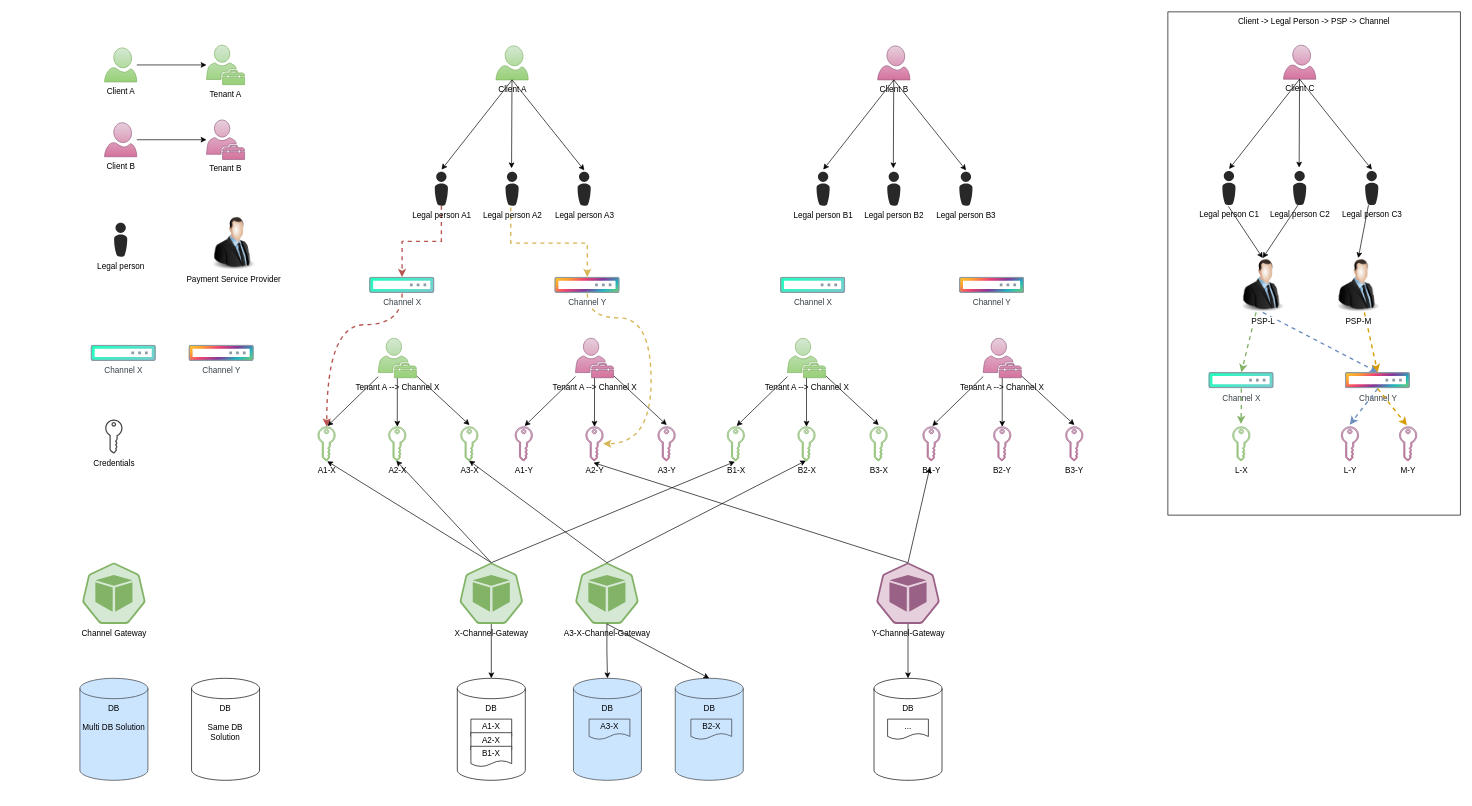
Earlier version of the draw.io diagram Fourth Payment.drawio (catface996/images). Source tidied: cells renumbered, new cells numbered last; positions are measured from the earlier drawing's top-left corner, leaving out a move shared by most shapes. Both pictures are drawn from the tidied source at 68%, with x=0, y=0 at pixel (49, 12).
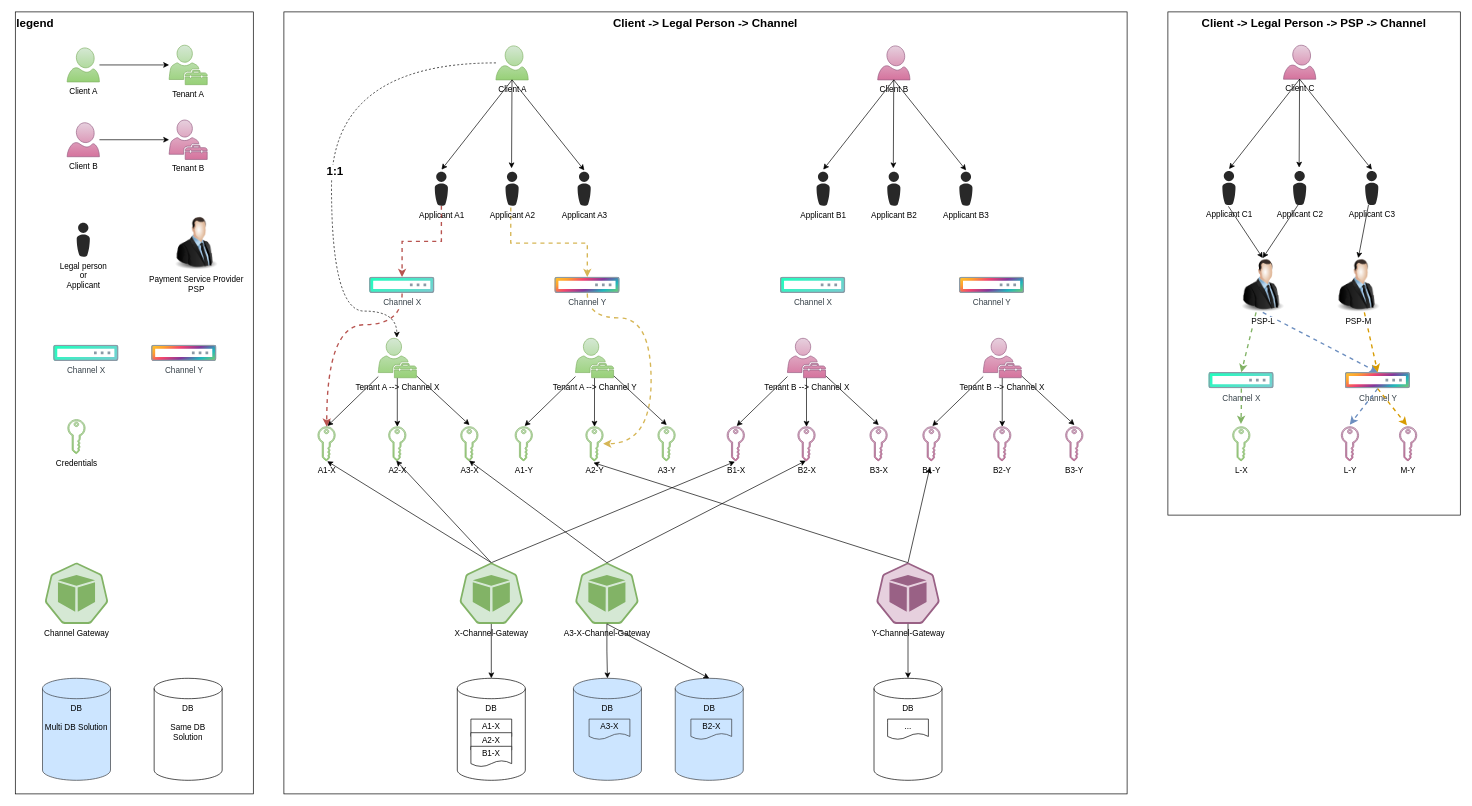
The same page after the edit.

Unchanged cells that the change refers to:
```xml
<mxCell id="3" value="Client A" style="verticalLabelPosition=bottom;html=1;verticalAlign=top;align=center;strokeColor=#82b366;fillColor=#d5e8d4;shape=mxgraph.azure.user;gradientColor=#97d077;" parent="1" vertex="1">
  <mxGeometry x="656.8" y="50" width="47.5" height="50" as="geometry" />
</mxCell>
<mxCell id="21" value="Tenant A --&amp;gt; Channel X" style="sketch=0;shadow=0;dashed=0;html=1;strokeColor=#82b366;fillColor=#d5e8d4;labelPosition=center;verticalLabelPosition=bottom;verticalAlign=top;outlineConnect=0;align=center;shape=mxgraph.office.users.tenant_admin;gradientColor=#97d077;" parent="1" vertex="1">
  <mxGeometry x="483.8" y="480" width="56" height="58" as="geometry" />
</mxCell>
```

What changed in the source:
```diff
@@
+    <mxCell id="114" value="&lt;b style=&quot;font-size: 17px;&quot;&gt;Client -&amp;gt; Legal Person -&amp;gt; Channel&lt;/b&gt;" style="rounded=0;whiteSpace=wrap;html=1;verticalAlign=top;fontSize=17;" parent="1" vertex="1">
+      <mxGeometry x="345" width="1240" height="1150" as="geometry" />
+    </mxCell>
+    <mxCell id="115" value="legend" style="rounded=0;whiteSpace=wrap;html=1;verticalAlign=top;align=left;fontStyle=1;fontSize=17;" parent="1" vertex="1">
+      <mxGeometry x="-50" width="350" height="1150" as="geometry" />
+    </mxCell>
-    <mxCell id="2" value="Client -&amp;gt; Legal Person -&amp;gt; PSP -&amp;gt; Channel" style="rounded=0;whiteSpace=wrap;html=1;verticalAlign=top;" parent="1" vertex="1">
+    <mxCell id="2" value="Client -&amp;gt; Legal Person -&amp;gt; PSP -&amp;gt; Channel" style="rounded=0;whiteSpace=wrap;html=1;verticalAlign=top;fontStyle=1;fontSize=17;" parent="1" vertex="1">
       <mxGeometry x="1645" width="430" height="740" as="geometry" />
     </mxCell>
@@
-    <mxCell id="5" value="Legal person A1" style="verticalLabelPosition=bottom;sketch=0;html=1;fillColor=#282828;strokeColor=none;verticalAlign=top;align=center;shape=mxgraph.cisco_safe.people_places_things_icons.icon8;" parent="1" vertex="1">
+    <mxCell id="5" value="Applicant A1" style="verticalLabelPosition=bottom;sketch=0;html=1;fillColor=#282828;strokeColor=none;verticalAlign=top;align=center;shape=mxgraph.cisco_safe.people_places_things_icons.icon8;" parent="1" vertex="1">
       <mxGeometry x="566.8" y="235" width="19.5" height="50" as="geometry" />
     </mxCell>
@@
-    <mxCell id="8" value="Legal person A2" style="verticalLabelPosition=bottom;sketch=0;html=1;fillColor=#282828;strokeColor=none;verticalAlign=top;align=center;shape=mxgraph.cisco_safe.people_places_things_icons.icon8;" parent="1" vertex="1">
+    <mxCell id="8" value="Applicant A2" style="verticalLabelPosition=bottom;sketch=0;html=1;fillColor=#282828;strokeColor=none;verticalAlign=top;align=center;shape=mxgraph.cisco_safe.people_places_things_icons.icon8;" parent="1" vertex="1">
       <mxGeometry x="670.8" y="235" width="19.5" height="50" as="geometry" />
     </mxCell>
-    <mxCell id="9" value="Legal person A3" style="verticalLabelPosition=bottom;sketch=0;html=1;fillColor=#282828;strokeColor=none;verticalAlign=top;align=center;shape=mxgraph.cisco_safe.people_places_things_icons.icon8;" parent="1" vertex="1">
+    <mxCell id="9" value="Applicant A3" style="verticalLabelPosition=bottom;sketch=0;html=1;fillColor=#282828;strokeColor=none;verticalAlign=top;align=center;shape=mxgraph.cisco_safe.people_places_things_icons.icon8;" parent="1" vertex="1">
       <mxGeometry x="776.8" y="235" width="19.5" height="50" as="geometry" />
     </mxCell>
@@
-    <mxCell id="13" value="Legal person B1" style="verticalLabelPosition=bottom;sketch=0;html=1;fillColor=#282828;strokeColor=none;verticalAlign=top;align=center;shape=mxgraph.cisco_safe.people_places_things_icons.icon8;" parent="1" vertex="1">
+    <mxCell id="13" value="Applicant B1" style="verticalLabelPosition=bottom;sketch=0;html=1;fillColor=#282828;strokeColor=none;verticalAlign=top;align=center;shape=mxgraph.cisco_safe.people_places_things_icons.icon8;" parent="1" vertex="1">
       <mxGeometry x="1128.2" y="235" width="19.5" height="50" as="geometry" />
     </mxCell>
@@
-    <mxCell id="15" value="Legal person B2" style="verticalLabelPosition=bottom;sketch=0;html=1;fillColor=#282828;strokeColor=none;verticalAlign=top;align=center;shape=mxgraph.cisco_safe.people_places_things_icons.icon8;" parent="1" vertex="1">
+    <mxCell id="15" value="Applicant B2" style="verticalLabelPosition=bottom;sketch=0;html=1;fillColor=#282828;strokeColor=none;verticalAlign=top;align=center;shape=mxgraph.cisco_safe.people_places_things_icons.icon8;" parent="1" vertex="1">
       <mxGeometry x="1232.2" y="235" width="19.5" height="50" as="geometry" />
     </mxCell>
-    <mxCell id="16" value="Legal person B3" style="verticalLabelPosition=bottom;sketch=0;html=1;fillColor=#282828;strokeColor=none;verticalAlign=top;align=center;shape=mxgraph.cisco_safe.people_places_things_icons.icon8;" parent="1" vertex="1">
+    <mxCell id="16" value="Applicant B3" style="verticalLabelPosition=bottom;sketch=0;html=1;fillColor=#282828;strokeColor=none;verticalAlign=top;align=center;shape=mxgraph.cisco_safe.people_places_things_icons.icon8;" parent="1" vertex="1">
       <mxGeometry x="1338.2" y="235" width="19.5" height="50" as="geometry" />
     </mxCell>
@@
     <mxCell id="33" value="Client A" style="verticalLabelPosition=bottom;html=1;verticalAlign=top;align=center;strokeColor=#82b366;fillColor=#d5e8d4;shape=mxgraph.azure.user;gradientColor=#97d077;" parent="1" vertex="1">
-      <mxGeometry x="81.2" y="53" width="47.5" height="50" as="geometry" />
+      <mxGeometry x="26.2" y="53" width="47.5" height="50" as="geometry" />
     </mxCell>
@@
     <mxCell id="35" value="Client B" style="verticalLabelPosition=bottom;html=1;verticalAlign=top;align=center;strokeColor=#996185;fillColor=#e6d0de;shape=mxgraph.azure.user;gradientColor=#d5739d;" parent="1" vertex="1">
-      <mxGeometry x="81.2" y="163" width="47.5" height="50" as="geometry" />
+      <mxGeometry x="26.2" y="163" width="47.5" height="50" as="geometry" />
     </mxCell>
     <mxCell id="36" value="Tenant A" style="sketch=0;shadow=0;dashed=0;html=1;strokeColor=#82b366;fillColor=#d5e8d4;labelPosition=center;verticalLabelPosition=bottom;verticalAlign=top;outlineConnect=0;align=center;shape=mxgraph.office.users.tenant_admin;gradientColor=#97d077;" parent="1" vertex="1">
-      <mxGeometry x="231.2" y="49" width="56" height="58" as="geometry" />
+      <mxGeometry x="176.2" y="49" width="56" height="58" as="geometry" />
     </mxCell>
     <mxCell id="37" value="Tenant B" style="sketch=0;shadow=0;dashed=0;html=1;strokeColor=#996185;fillColor=#e6d0de;labelPosition=center;verticalLabelPosition=bottom;verticalAlign=top;outlineConnect=0;align=center;shape=mxgraph.office.users.tenant_admin;gradientColor=#d5739d;" parent="1" vertex="1">
-      <mxGeometry x="231.2" y="159" width="56" height="58" as="geometry" />
+      <mxGeometry x="176.2" y="159" width="56" height="58" as="geometry" />
     </mxCell>
-    <mxCell id="38" value="Credentials" style="sketch=0;shadow=0;dashed=0;html=1;strokeColor=none;fillColor=#434445;labelPosition=center;verticalLabelPosition=bottom;verticalAlign=top;align=center;shape=mxgraph.vvd.tenant_key;" parent="1" vertex="1">
-      <mxGeometry x="82.2" y="599.5" width="25.5" height="50" as="geometry" />
+    <mxCell id="38" value="Credentials" style="sketch=0;shadow=0;dashed=0;html=1;strokeColor=#82b366;fillColor=#d5e8d4;labelPosition=center;verticalLabelPosition=bottom;verticalAlign=top;align=center;shape=mxgraph.vvd.tenant_key;gradientColor=#97d077;" parent="1" vertex="1">
+      <mxGeometry x="27.2" y="599.5" width="25.5" height="50" as="geometry" />
     </mxCell>
@@
-    <mxCell id="41" value="Tenant A --&amp;gt; Channel X" style="sketch=0;shadow=0;dashed=0;html=1;strokeColor=#996185;fillColor=#e6d0de;labelPosition=center;verticalLabelPosition=bottom;verticalAlign=top;outlineConnect=0;align=center;shape=mxgraph.office.users.tenant_admin;gradientColor=#d5739d;" parent="1" vertex="1">
+    <mxCell id="41" value="Tenant A --&amp;gt; Channel Y" style="sketch=0;shadow=0;dashed=0;html=1;strokeColor=#82b366;fillColor=#d5e8d4;labelPosition=center;verticalLabelPosition=bottom;verticalAlign=top;outlineConnect=0;align=center;shape=mxgraph.office.users.tenant_admin;gradientColor=#97d077;" parent="1" vertex="1">
       <mxGeometry x="773.8" y="480" width="56" height="58" as="geometry" />
     </mxCell>
-    <mxCell id="42" value="A1-Y" style="sketch=0;shadow=0;dashed=0;html=1;strokeColor=#996185;fillColor=#e6d0de;labelPosition=center;verticalLabelPosition=bottom;verticalAlign=top;align=center;outlineConnect=0;shape=mxgraph.vvd.tenant_key;gradientColor=#d5739d;" parent="1" vertex="1">
+    <mxCell id="42" value="A1-Y" style="sketch=0;shadow=0;dashed=0;html=1;strokeColor=#82b366;fillColor=#d5e8d4;labelPosition=center;verticalLabelPosition=bottom;verticalAlign=top;align=center;outlineConnect=0;shape=mxgraph.vvd.tenant_key;gradientColor=#97d077;" parent="1" vertex="1">
       <mxGeometry x="685" y="610" width="25.5" height="50" as="geometry" />
     </mxCell>
-    <mxCell id="43" value="A2-Y" style="sketch=0;shadow=0;dashed=0;html=1;strokeColor=#996185;fillColor=#e6d0de;labelPosition=center;verticalLabelPosition=bottom;verticalAlign=top;align=center;outlineConnect=0;shape=mxgraph.vvd.tenant_key;gradientColor=#d5739d;" parent="1" vertex="1">
+    <mxCell id="43" value="A2-Y" style="sketch=0;shadow=0;dashed=0;html=1;strokeColor=#82b366;fillColor=#d5e8d4;labelPosition=center;verticalLabelPosition=bottom;verticalAlign=top;align=center;outlineConnect=0;shape=mxgraph.vvd.tenant_key;gradientColor=#97d077;" parent="1" vertex="1">
       <mxGeometry x="789" y="610" width="25.5" height="50" as="geometry" />
     </mxCell>
-    <mxCell id="44" value="A3-Y" style="sketch=0;shadow=0;dashed=0;html=1;strokeColor=#996185;fillColor=#e6d0de;labelPosition=center;verticalLabelPosition=bottom;verticalAlign=top;align=center;outlineConnect=0;shape=mxgraph.vvd.tenant_key;gradientColor=#d5739d;" parent="1" vertex="1">
+    <mxCell id="44" value="A3-Y" style="sketch=0;shadow=0;dashed=0;html=1;strokeColor=#82b366;fillColor=#d5e8d4;labelPosition=center;verticalLabelPosition=bottom;verticalAlign=top;align=center;outlineConnect=0;shape=mxgraph.vvd.tenant_key;gradientColor=#97d077;" parent="1" vertex="1">
       <mxGeometry x="895" y="610" width="25.5" height="50" as="geometry" />
     </mxCell>
@@
-    <mxCell id="48" value="Tenant A --&amp;gt; Channel X" style="sketch=0;shadow=0;dashed=0;html=1;strokeColor=#82b366;fillColor=#d5e8d4;labelPosition=center;verticalLabelPosition=bottom;verticalAlign=top;outlineConnect=0;align=center;shape=mxgraph.office.users.tenant_admin;gradientColor=#97d077;" parent="1" vertex="1">
+    <mxCell id="48" value="Tenant B --&amp;gt; Channel X" style="sketch=0;shadow=0;dashed=0;html=1;strokeColor=#996185;fillColor=#e6d0de;labelPosition=center;verticalLabelPosition=bottom;verticalAlign=top;outlineConnect=0;align=center;shape=mxgraph.office.users.tenant_admin;gradientColor=#d5739d;" parent="1" vertex="1">
       <mxGeometry x="1085.5" y="480" width="56" height="58" as="geometry" />
     </mxCell>
-    <mxCell id="49" value="B1-X" style="sketch=0;shadow=0;dashed=0;html=1;strokeColor=#82b366;fillColor=#d5e8d4;labelPosition=center;verticalLabelPosition=bottom;verticalAlign=top;align=center;outlineConnect=0;shape=mxgraph.vvd.tenant_key;gradientColor=#97d077;" parent="1" vertex="1">
+    <mxCell id="49" value="B1-X" style="sketch=0;shadow=0;dashed=0;html=1;strokeColor=#996185;fillColor=#e6d0de;labelPosition=center;verticalLabelPosition=bottom;verticalAlign=top;align=center;outlineConnect=0;shape=mxgraph.vvd.tenant_key;gradientColor=#d5739d;" parent="1" vertex="1">
       <mxGeometry x="996.8" y="610" width="25.5" height="50" as="geometry" />
     </mxCell>
-    <mxCell id="50" value="B2-X" style="sketch=0;shadow=0;dashed=0;html=1;strokeColor=#82b366;fillColor=#d5e8d4;labelPosition=center;verticalLabelPosition=bottom;verticalAlign=top;align=center;outlineConnect=0;shape=mxgraph.vvd.tenant_key;gradientColor=#97d077;" parent="1" vertex="1">
+    <mxCell id="50" value="B2-X" style="sketch=0;shadow=0;dashed=0;html=1;strokeColor=#996185;fillColor=#e6d0de;labelPosition=center;verticalLabelPosition=bottom;verticalAlign=top;align=center;outlineConnect=0;shape=mxgraph.vvd.tenant_key;gradientColor=#d5739d;" parent="1" vertex="1">
       <mxGeometry x="1100.8" y="610" width="25.5" height="50" as="geometry" />
     </mxCell>
-    <mxCell id="51" value="B3-X" style="sketch=0;shadow=0;dashed=0;html=1;strokeColor=#82b366;fillColor=#d5e8d4;labelPosition=center;verticalLabelPosition=bottom;verticalAlign=top;align=center;outlineConnect=0;shape=mxgraph.vvd.tenant_key;gradientColor=#97d077;" parent="1" vertex="1">
+    <mxCell id="51" value="B3-X" style="sketch=0;shadow=0;dashed=0;html=1;strokeColor=#996185;fillColor=#e6d0de;labelPosition=center;verticalLabelPosition=bottom;verticalAlign=top;align=center;outlineConnect=0;shape=mxgraph.vvd.tenant_key;gradientColor=#d5739d;" parent="1" vertex="1">
       <mxGeometry x="1206.8" y="610" width="25.5" height="50" as="geometry" />
     </mxCell>
@@
-    <mxCell id="55" value="Tenant A --&amp;gt; Channel X" style="sketch=0;shadow=0;dashed=0;html=1;strokeColor=#996185;fillColor=#e6d0de;labelPosition=center;verticalLabelPosition=bottom;verticalAlign=top;outlineConnect=0;align=center;shape=mxgraph.office.users.tenant_admin;gradientColor=#d5739d;" parent="1" vertex="1">
+    <mxCell id="55" value="Tenant B --&amp;gt; Channel X" style="sketch=0;shadow=0;dashed=0;html=1;strokeColor=#996185;fillColor=#e6d0de;labelPosition=center;verticalLabelPosition=bottom;verticalAlign=top;outlineConnect=0;align=center;shape=mxgraph.office.users.tenant_admin;gradientColor=#d5739d;" parent="1" vertex="1">
       <mxGeometry x="1373.4" y="480" width="56" height="58" as="geometry" />
     </mxCell>
@@
     <mxCell id="83" value="DB&lt;br&gt;&lt;br&gt;Multi DB Solution" style="shape=cylinder3;whiteSpace=wrap;html=1;boundedLbl=1;backgroundOutline=1;size=15;verticalAlign=top;fillColor=#cce5ff;strokeColor=#36393d;" parent="1" vertex="1">
-      <mxGeometry x="45" y="980" width="100" height="150" as="geometry" />
+      <mxGeometry x="-10" y="980" width="100" height="150" as="geometry" />
     </mxCell>
     <mxCell id="84" value="DB&lt;br&gt;&lt;br&gt;Same DB Solution" style="shape=cylinder3;whiteSpace=wrap;html=1;boundedLbl=1;backgroundOutline=1;size=15;verticalAlign=top;" parent="1" vertex="1">
-      <mxGeometry x="209.2" y="980" width="100" height="150" as="geometry" />
+      <mxGeometry x="154.2" y="980" width="100" height="150" as="geometry" />
     </mxCell>
@@
     <mxCell id="86" value="Channel X" style="image;perimeter=ellipsePerimeter;html=1;align=center;fontSize=12;verticalAlign=top;fontColor=#364149;shadow=0;dashed=0;image=img/lib/cumulus/switch_out_of_band.svg;" parent="1" vertex="1">
-      <mxGeometry x="61.2" y="490" width="96" height="24" as="geometry" />
+      <mxGeometry x="6.2" y="490" width="96" height="24" as="geometry" />
     </mxCell>
     <mxCell id="87" value="Channel Y" style="image;perimeter=ellipsePerimeter;html=1;align=center;fontSize=12;verticalAlign=top;fontColor=#364149;shadow=0;dashed=0;image=img/lib/cumulus/switch_voyager.svg;" parent="1" vertex="1">
-      <mxGeometry x="205.2" y="490" width="96" height="24" as="geometry" />
+      <mxGeometry x="150.2" y="490" width="96" height="24" as="geometry" />
     </mxCell>
-    <mxCell id="88" value="Legal person" style="verticalLabelPosition=bottom;sketch=0;html=1;fillColor=#282828;strokeColor=none;verticalAlign=top;align=center;shape=mxgraph.cisco_safe.people_places_things_icons.icon8;" parent="1" vertex="1">
-      <mxGeometry x="95.2" y="310" width="19.5" height="50" as="geometry" />
+    <mxCell id="88" value="Legal person&lt;br&gt;or&lt;br&gt;Applicant" style="verticalLabelPosition=bottom;sketch=0;html=1;fillColor=#282828;strokeColor=none;verticalAlign=top;align=center;shape=mxgraph.cisco_safe.people_places_things_icons.icon8;" parent="1" vertex="1">
+      <mxGeometry x="40.2" y="310" width="19.5" height="50" as="geometry" />
     </mxCell>
     <mxCell id="89" value="Channel Gateway" style="sketch=0;html=1;dashed=0;whitespace=wrap;fillColor=#d5e8d4;strokeColor=#82b366;verticalLabelPosition=bottom;align=center;verticalAlign=top;shape=mxgraph.kubernetes.icon;prIcon=pod;gradientColor=#97d077;" parent="1" vertex="1">
-      <mxGeometry y="810" width="190" height="90" as="geometry" />
+      <mxGeometry x="-55" y="810" width="190" height="90" as="geometry" />
     </mxCell>
-    <mxCell id="90" value="Payment Service Provider" style="image;html=1;image=img/lib/clip_art/people/Suit_Man_128x128.png;" parent="1" vertex="1">
-      <mxGeometry x="231.2" y="300" width="80" height="80" as="geometry" />
+    <mxCell id="90" value="Payment Service Provider&lt;br&gt;PSP" style="image;html=1;image=img/lib/clip_art/people/Suit_Man_128x128.png;" parent="1" vertex="1">
+      <mxGeometry x="176.2" y="300" width="80" height="80" as="geometry" />
     </mxCell>
@@
-    <mxCell id="93" value="Legal person C1" style="verticalLabelPosition=bottom;sketch=0;html=1;fillColor=#282828;strokeColor=none;verticalAlign=top;align=center;shape=mxgraph.cisco_safe.people_places_things_icons.icon8;" parent="1" vertex="1">
+    <mxCell id="93" value="Applicant C1" style="verticalLabelPosition=bottom;sketch=0;html=1;fillColor=#282828;strokeColor=none;verticalAlign=top;align=center;shape=mxgraph.cisco_safe.people_places_things_icons.icon8;" parent="1" vertex="1">
       <mxGeometry x="1725" y="234" width="19.5" height="50" as="geometry" />
     </mxCell>
@@
-    <mxCell id="96" value="Legal person C2" style="verticalLabelPosition=bottom;sketch=0;html=1;fillColor=#282828;strokeColor=none;verticalAlign=top;align=center;shape=mxgraph.cisco_safe.people_places_things_icons.icon8;" parent="1" vertex="1">
+    <mxCell id="96" value="Applicant C2" style="verticalLabelPosition=bottom;sketch=0;html=1;fillColor=#282828;strokeColor=none;verticalAlign=top;align=center;shape=mxgraph.cisco_safe.people_places_things_icons.icon8;" parent="1" vertex="1">
       <mxGeometry x="1829" y="234" width="19.5" height="50" as="geometry" />
     </mxCell>
@@
-    <mxCell id="98" value="Legal person C3" style="verticalLabelPosition=bottom;sketch=0;html=1;fillColor=#282828;strokeColor=none;verticalAlign=top;align=center;shape=mxgraph.cisco_safe.people_places_things_icons.icon8;" parent="1" vertex="1">
+    <mxCell id="98" value="Applicant C3" style="verticalLabelPosition=bottom;sketch=0;html=1;fillColor=#282828;strokeColor=none;verticalAlign=top;align=center;shape=mxgraph.cisco_safe.people_places_things_icons.icon8;" parent="1" vertex="1">
       <mxGeometry x="1935" y="234" width="19.5" height="50" as="geometry" />
     </mxCell>
@@
+    <mxCell id="116" style="edgeStyle=orthogonalEdgeStyle;rounded=0;jettySize=auto;html=1;entryX=0.487;entryY=-0.017;entryDx=0;entryDy=0;entryPerimeter=0;curved=1;dashed=1;" parent="1" edge="1" source="3" target="21">
+      <mxGeometry relative="1" as="geometry">
+        <Array as="points">
+          <mxPoint x="415" y="75" />
+          <mxPoint x="415" y="440" />
+          <mxPoint x="511" y="440" />
+        </Array>
+      </mxGeometry>
+    </mxCell>
+    <mxCell id="117" value="1:1" style="edgeLabel;html=1;align=center;verticalAlign=middle;fontSize=17;fontStyle=1;" parent="116" vertex="1">
+      <mxGeometry x="0.08" y="4" relative="1" as="geometry" />
+    </mxCell>
```
